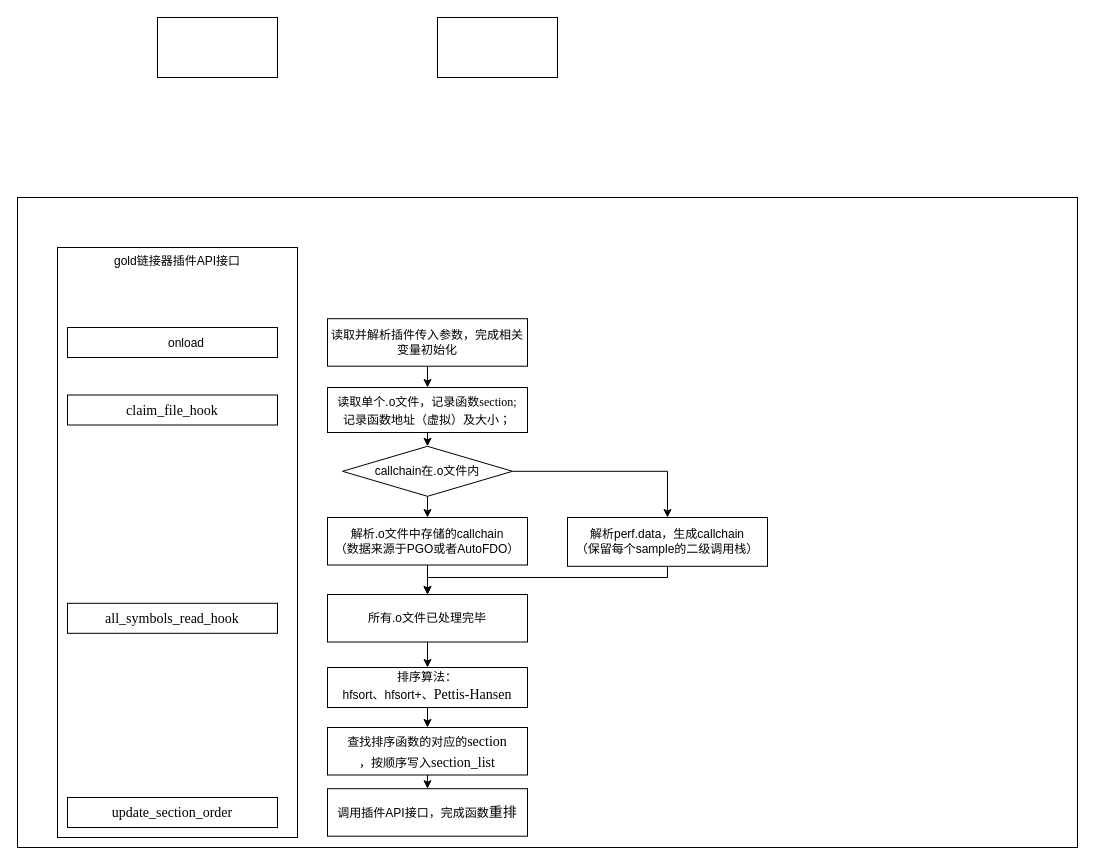
The draw.io diagram Untitled Diagram.drawio in ijinma/blog, before the edit. Source tidied: cells renumbered, new cells numbered last; positions are measured from the earlier drawing's top-left corner, leaving out a move shared by most shapes. Both pictures are drawn from the tidied source at 100%, with x=0, y=0 at pixel (17, 17).
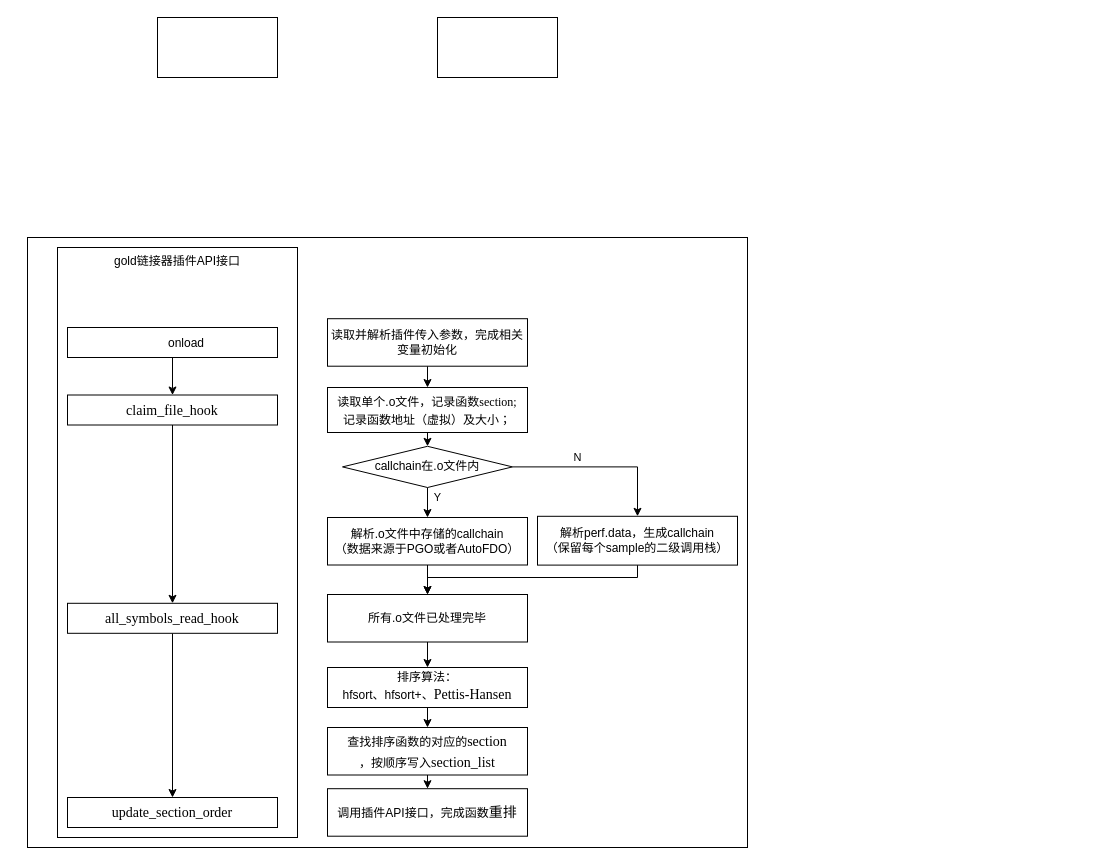
After the change.

Unchanged cells that the change refers to:
```xml
<mxCell id="13" value="所有.o文件已处理完毕" style="rounded=0;whiteSpace=wrap;html=1;align=center;" parent="1" vertex="1">
  <mxGeometry x="310" y="577" width="200" height="47.5" as="geometry" />
</mxCell>
<mxCell id="17" value="&lt;p class=&quot;MsoNormal&quot; style=&quot;text-indent: 21.0pt ; line-height: normal&quot;&gt;&lt;span style=&quot;text-indent: 21pt&quot;&gt;onload&lt;/span&gt;&lt;br&gt;&lt;/p&gt;" style="rounded=0;whiteSpace=wrap;html=1;align=center;" parent="1" vertex="1">
  <mxGeometry x="50" y="310" width="210" height="30" as="geometry" />
</mxCell>
<mxCell id="18" value="&lt;span lang=&quot;EN-US&quot; style=&quot;font-size: 10.5pt ; line-height: 150% ; font-family: &amp;#34;times new roman&amp;#34; , serif&quot;&gt;claim_file_hook&lt;/span&gt;" style="rounded=0;whiteSpace=wrap;html=1;align=center;" parent="1" vertex="1">
  <mxGeometry x="50" y="377.5" width="210" height="30" as="geometry" />
</mxCell>
<mxCell id="19" value="&lt;span lang=&quot;EN-US&quot; style=&quot;font-size: 10.5pt ; line-height: 150% ; font-family: &amp;#34;times new roman&amp;#34; , serif&quot;&gt;all_symbols_read_hook&lt;/span&gt;" style="rounded=0;whiteSpace=wrap;html=1;align=center;" parent="1" vertex="1">
  <mxGeometry x="50" y="585.8" width="210" height="30" as="geometry" />
</mxCell>
<mxCell id="20" value="&lt;span lang=&quot;EN-US&quot; style=&quot;font-size: 10.5pt ; line-height: 150% ; font-family: &amp;#34;times new roman&amp;#34; , serif&quot;&gt;update_section_order&lt;/span&gt;" style="rounded=0;whiteSpace=wrap;html=1;align=center;" parent="1" vertex="1">
  <mxGeometry x="50" y="780" width="210" height="30" as="geometry" />
</mxCell>
<mxCell id="27" value="解析.o文件中存储的callchain&lt;br&gt;（数据来源于PGO或者AutoFDO）" style="rounded=0;whiteSpace=wrap;html=1;align=center;" parent="1" vertex="1">
  <mxGeometry x="310" y="500" width="200" height="47.5" as="geometry" />
</mxCell>
```

The edit, as a diff of the source:
```diff
@@
     <mxCell id="2" style="rounded=0;whiteSpace=wrap;html=1;align=center;" parent="1" vertex="1">
-      <mxGeometry y="180" width="1060" height="650" as="geometry" />
+      <mxGeometry x="10" y="220" width="720" height="610" as="geometry" />
     </mxCell>
@@
-    <mxCell id="7" style="edgeStyle=orthogonalEdgeStyle;rounded=0;jettySize=auto;html=1;exitX=0.5;exitY=1;exitDx=0;exitDy=0;entryX=0.5;entryY=0;entryDx=0;entryDy=0;" parent="1" edge="1" source="9" target="27">
-      <mxGeometry relative="1" as="geometry" />
+    <mxCell id="7" value="Y" style="edgeStyle=orthogonalEdgeStyle;rounded=0;jettySize=auto;html=1;exitX=0.5;exitY=1;exitDx=0;exitDy=0;entryX=0.5;entryY=0;entryDx=0;entryDy=0;" parent="1" edge="1" source="9" target="27">
+      <mxGeometry x="-0.33" y="10" relative="1" as="geometry" />
     </mxCell>
-    <mxCell id="8" style="edgeStyle=orthogonalEdgeStyle;rounded=0;jettySize=auto;html=1;exitX=1;exitY=0.5;exitDx=0;exitDy=0;entryX=0.5;entryY=0;entryDx=0;entryDy=0;" parent="1" edge="1" source="9" target="22">
-      <mxGeometry relative="1" as="geometry" />
+    <mxCell id="8" value="N" style="edgeStyle=orthogonalEdgeStyle;rounded=0;jettySize=auto;html=1;exitX=1;exitY=0.5;exitDx=0;exitDy=0;entryX=0.5;entryY=0;entryDx=0;entryDy=0;" parent="1" edge="1" source="9" target="22">
+      <mxGeometry x="-0.25" y="9" relative="1" as="geometry" />
     </mxCell>
     <mxCell id="9" value="callchain在.o文件内" style="rhombus;whiteSpace=wrap;html=1;align=center;" parent="1" vertex="1">
-      <mxGeometry x="325" y="428.8" width="170" height="50" as="geometry" />
+      <mxGeometry x="325" y="428.8" width="170" height="41.2" as="geometry" />
     </mxCell>
@@
+    <mxCell id="28" style="edgeStyle=orthogonalEdgeStyle;rounded=0;jettySize=auto;html=1;exitX=0.5;exitY=1;exitDx=0;exitDy=0;entryX=0.5;entryY=0;entryDx=0;entryDy=0;" parent="1" edge="1" source="17" target="18">
+      <mxGeometry relative="1" as="geometry" />
+    </mxCell>
@@
+    <mxCell id="29" style="edgeStyle=orthogonalEdgeStyle;rounded=0;jettySize=auto;html=1;exitX=0.5;exitY=1;exitDx=0;exitDy=0;entryX=0.5;entryY=0;entryDx=0;entryDy=0;" parent="1" edge="1" source="18" target="19">
+      <mxGeometry relative="1" as="geometry" />
+    </mxCell>
@@
+    <mxCell id="30" style="edgeStyle=orthogonalEdgeStyle;rounded=0;jettySize=auto;html=1;exitX=0.5;exitY=1;exitDx=0;exitDy=0;entryX=0.5;entryY=0;entryDx=0;entryDy=0;" parent="1" edge="1" source="19" target="20">
+      <mxGeometry relative="1" as="geometry" />
+    </mxCell>
@@
     <mxCell id="21" style="edgeStyle=orthogonalEdgeStyle;rounded=0;jettySize=auto;html=1;exitX=0.5;exitY=1;exitDx=0;exitDy=0;entryX=0.5;entryY=0;entryDx=0;entryDy=0;" parent="1" edge="1" source="22" target="13">
       <mxGeometry relative="1" as="geometry">
         <Array as="points">
-          <mxPoint x="650" y="560" />
+          <mxPoint x="620" y="560" />
           <mxPoint x="410" y="560" />
         </Array>
       </mxGeometry>
     </mxCell>
     <mxCell id="22" value="解析perf.data，生成callchain&lt;br&gt;（保留每个sample的二级调用栈）" style="rounded=0;whiteSpace=wrap;html=1;align=center;" parent="1" vertex="1">
-      <mxGeometry x="550" y="500" width="200" height="48.8" as="geometry" />
+      <mxGeometry x="520" y="498.8" width="200" height="48.8" as="geometry" />
     </mxCell>
@@
+    <mxCell id="31" style="edgeStyle=orthogonalEdgeStyle;rounded=0;orthogonalLoop=1;jettySize=auto;html=1;exitX=0.5;exitY=1;exitDx=0;exitDy=0;" parent="1" edge="1" source="9" target="9">
+      <mxGeometry relative="1" as="geometry" />
+    </mxCell>
```
